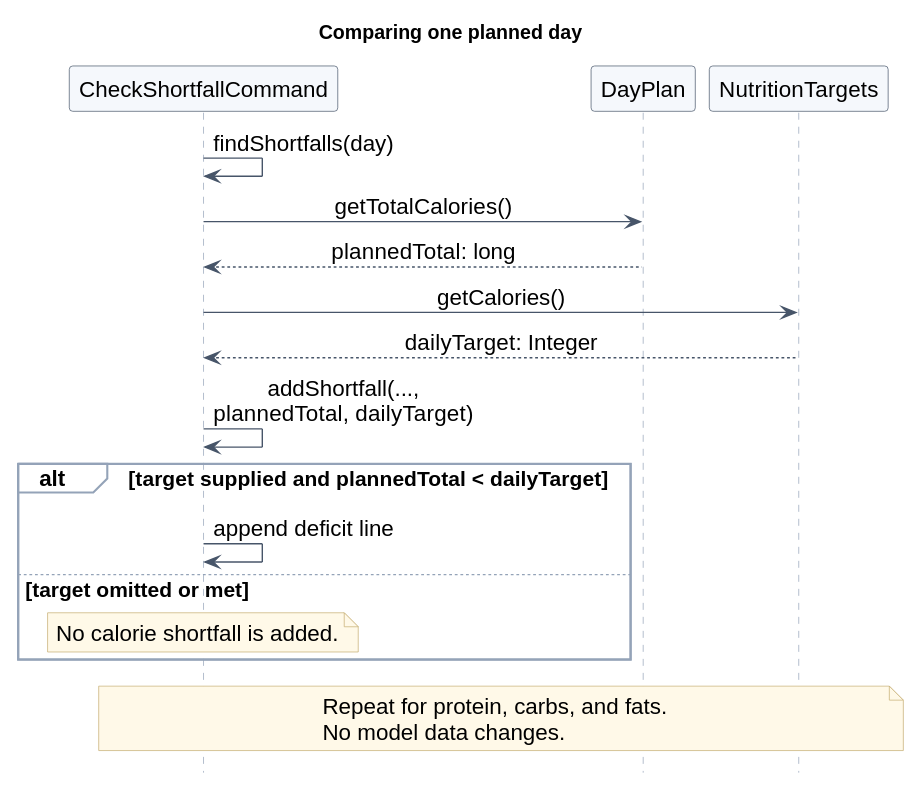
This is docs/images/shortfall/comparison.svg from AY2627S1-CS2113-W13-4/tp, a PlantUML export, as it was before one commit.
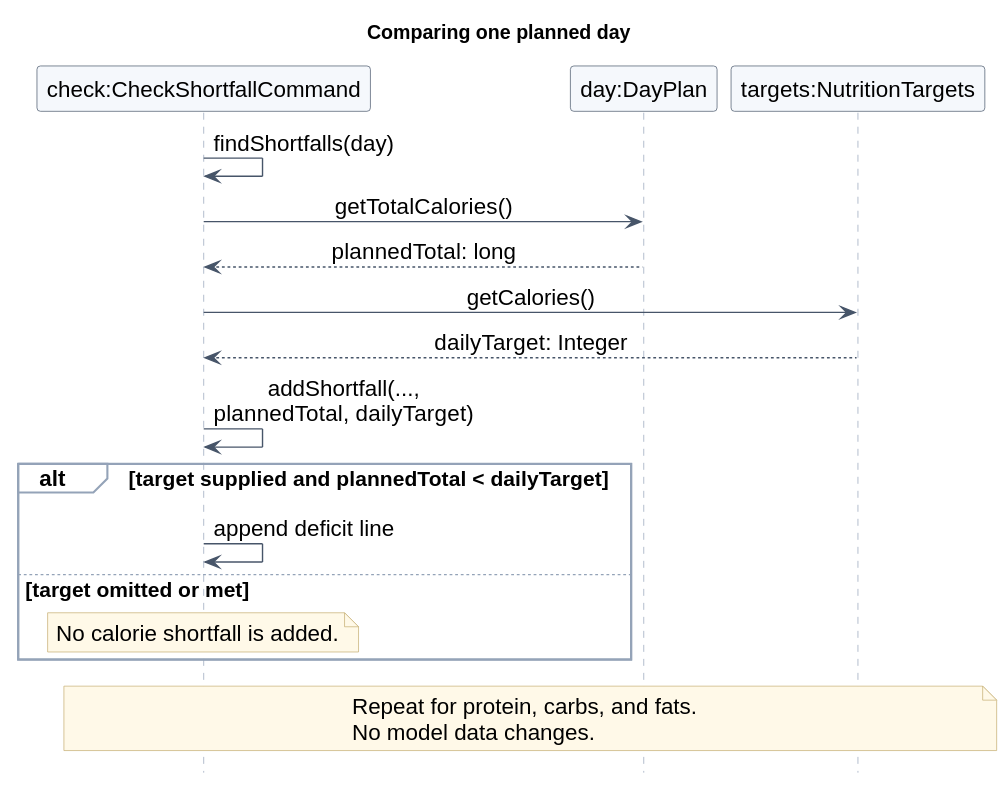
Later version of the same file.

Diff of the diagram source:
```diff
@@ -1,9 +1,9 @@
 @startuml
 !include readable.iuml
 title Comparing one planned day
-participant CheckShortfallCommand as Check
-participant DayPlan as Day
-participant NutritionTargets as Targets
+participant "check:CheckShortfallCommand" as Check
+participant "day:DayPlan" as Day
+participant "targets:NutritionTargets" as Targets
 Check -> Check : findShortfalls(day)
 Check -> Day : getTotalCalories()
 Day --> Check : plannedTotal: long
```
